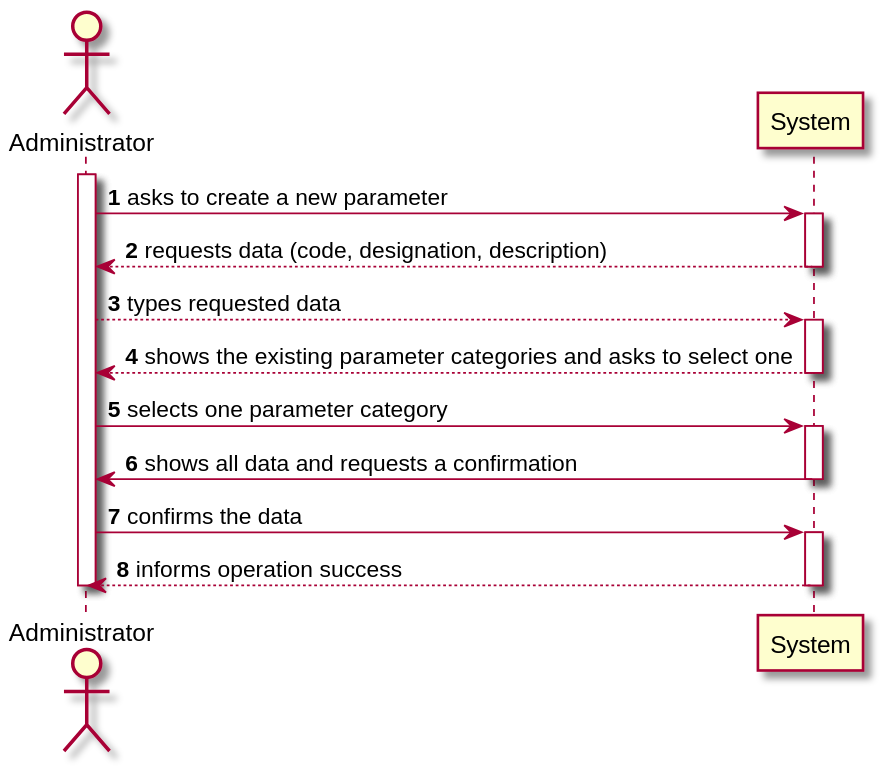
Above: docs/SprintB/US10/US10-SSD.svg in 0franciscor/lei-21-s2-1de-g19 (PlantUML), before the change.
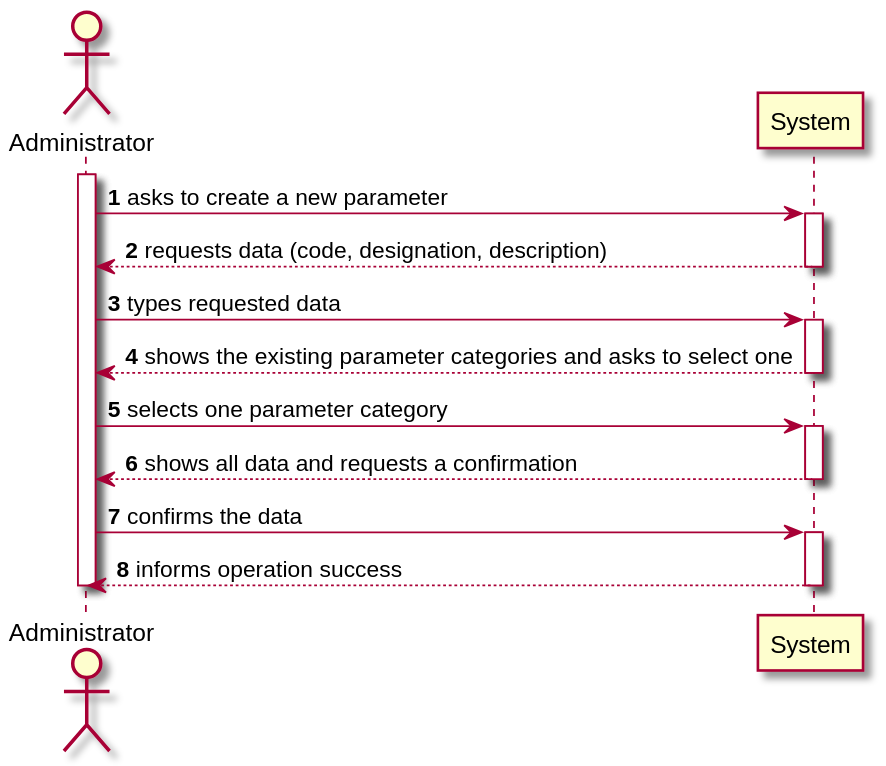
Above is the later version.

Commit message:
alterações no SSD US10

Change to the diagram source:
```diff
@@ -7,10 +7,10 @@
 
 ADM -> System ++: asks to create a new parameter
 System --> ADM --: requests data (code, designation, description)
-ADM --> System ++: types requested data
+ADM -> System ++: types requested data
 System --> ADM --: shows the existing parameter categories and asks to select one
 ADM -> System ++: selects one parameter category
-System -> ADM --: shows all data and requests a confirmation
+System --> ADM --: shows all data and requests a confirmation
 ADM -> System ++: confirms the data
 System --> ADM --: informs operation success
 
```
